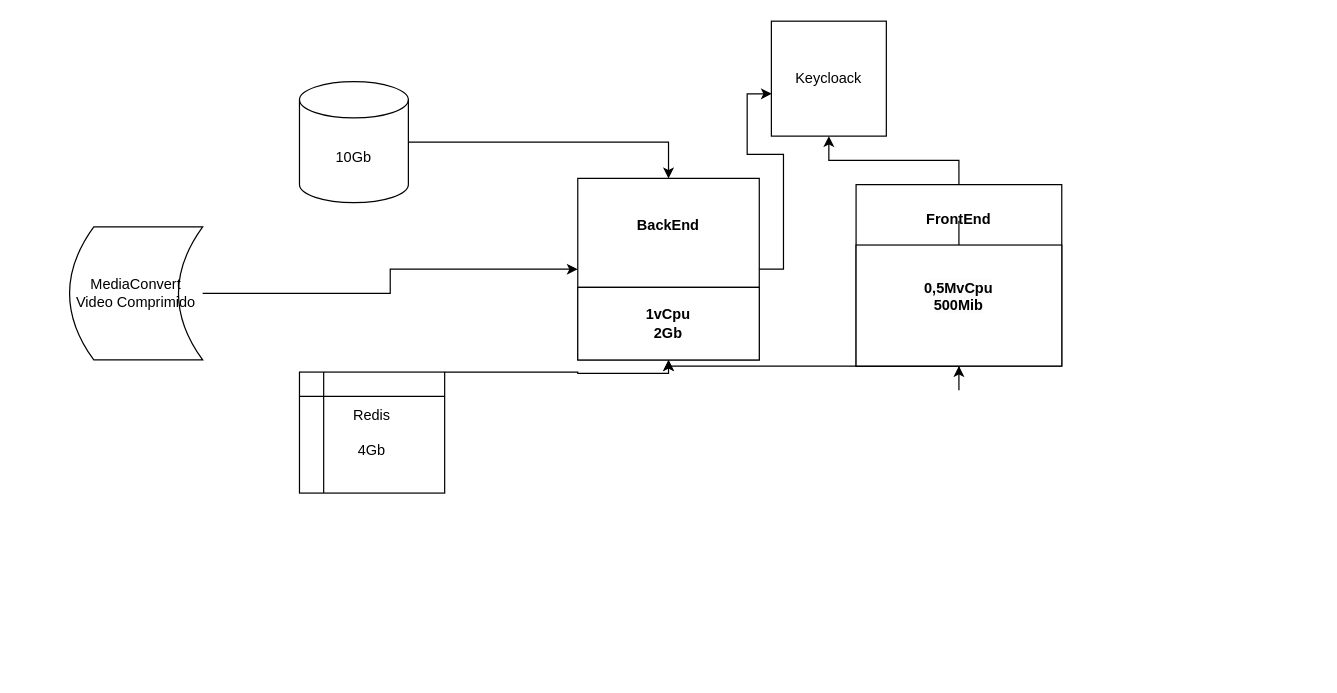
This is repo.drawio from marski10/Projects-Marksi, a draw.io file, before an edit. Source tidied: cells renumbered, new cells numbered last; positions are measured from the earlier drawing's top-left corner, leaving out a move shared by most shapes. Both pictures are drawn from the tidied source at 121%, with x=0, y=0 at pixel (69, 21).
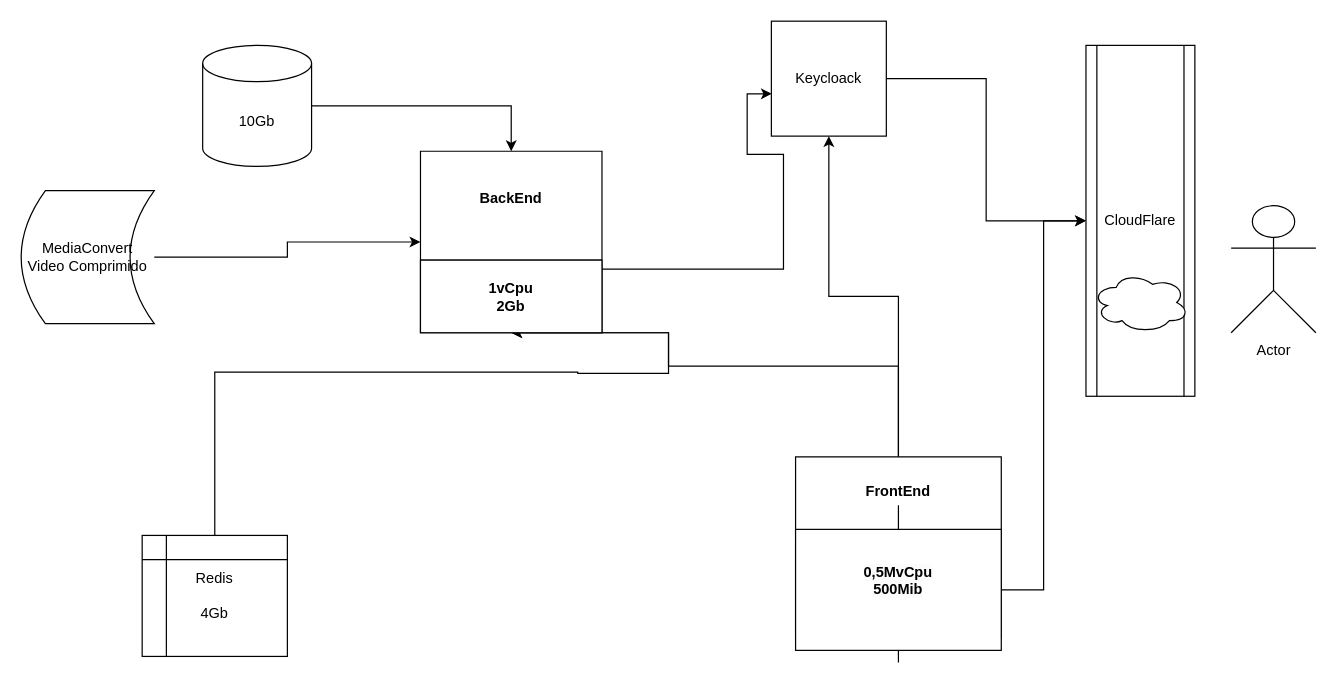
After the change.

The change refers to these unchanged cells:
```xml
<mxCell id="15" value="Keycloack" style="whiteSpace=wrap;html=1;" parent="1" vertex="1">
  <mxGeometry x="580" width="95" height="95" as="geometry" />
</mxCell>
```

The edit, as a diff of the source:
```diff
@@
     <mxCell id="3" value="MediaConvert&lt;br&gt;Video Comprimido" style="whiteSpace=wrap;html=1;shape=dataStorage;fixedSize=1;" parent="1" vertex="1">
-      <mxGeometry y="170" width="110" height="110" as="geometry" />
+      <mxGeometry x="-40" y="140" width="110" height="110" as="geometry" />
     </mxCell>
@@
     <mxCell id="5" value="10Gb" style="shape=cylinder3;whiteSpace=wrap;html=1;boundedLbl=1;backgroundOutline=1;size=15;" parent="1" vertex="1">
-      <mxGeometry x="190" y="50" width="90" height="100" as="geometry" />
+      <mxGeometry x="110" y="20" width="90" height="100" as="geometry" />
     </mxCell>
@@
     <mxCell id="8" value="Redis&lt;br&gt;&lt;br&gt;4Gb" style="shape=internalStorage;whiteSpace=wrap;html=1;backgroundOutline=1;" parent="1" vertex="1">
-      <mxGeometry x="190" y="290" width="120" height="100" as="geometry" />
+      <mxGeometry x="60" y="425" width="120" height="100" as="geometry" />
     </mxCell>
@@
     <mxCell id="10" value="FrontEnd&#10;" style="swimlane;startSize=70;" parent="1" vertex="1">
-      <mxGeometry x="650" y="135" width="170" height="150" as="geometry" />
+      <mxGeometry x="600" y="360" width="170" height="150" as="geometry" />
     </mxCell>
@@
     <mxCell id="12" value="&#10;&lt;span style=&quot;color: rgb(0, 0, 0); font-family: Helvetica; font-size: 12px; font-style: normal; font-variant-ligatures: normal; font-variant-caps: normal; font-weight: 700; letter-spacing: normal; orphans: 2; text-align: center; text-indent: 0px; text-transform: none; widows: 2; word-spacing: 0px; -webkit-text-stroke-width: 0px; white-space: nowrap; background-color: rgb(251, 251, 251); text-decoration-thickness: initial; text-decoration-style: initial; text-decoration-color: initial; display: inline !important; float: none;&quot;&gt;0,5MvCpu&lt;/span&gt;&lt;br style=&quot;forced-color-adjust: none; padding: 0px; margin: 0px; color: rgb(0, 0, 0); font-family: Helvetica; font-size: 12px; font-style: normal; font-variant-ligatures: normal; font-variant-caps: normal; font-weight: 700; letter-spacing: normal; orphans: 2; text-align: center; text-indent: 0px; text-transform: none; widows: 2; word-spacing: 0px; -webkit-text-stroke-width: 0px; white-space: nowrap; background-color: rgb(251, 251, 251); text-decoration-thickness: initial; text-decoration-style: initial; text-decoration-color: initial;&quot;&gt;&lt;span style=&quot;color: rgb(0, 0, 0); font-family: Helvetica; font-size: 12px; font-style: normal; font-variant-ligatures: normal; font-variant-caps: normal; font-weight: 700; letter-spacing: normal; orphans: 2; text-align: center; text-indent: 0px; text-transform: none; widows: 2; word-spacing: 0px; -webkit-text-stroke-width: 0px; white-space: nowrap; background-color: rgb(251, 251, 251); text-decoration-thickness: initial; text-decoration-style: initial; text-decoration-color: initial; display: inline !important; float: none;&quot;&gt;500Mib&lt;/span&gt;&#10;&#10;" style="whiteSpace=wrap;html=1;" parent="10" vertex="1">
-      <mxGeometry y="50" width="170" height="100" as="geometry" />
+      <mxGeometry y="60" width="170" height="100" as="geometry" />
     </mxCell>
     <mxCell id="13" value="BackEnd&#10;" style="swimlane;startSize=90;" parent="1" vertex="1">
-      <mxGeometry x="420" y="130" width="150" height="150" as="geometry" />
+      <mxGeometry x="290" y="107.5" width="150" height="150" as="geometry" />
     </mxCell>
@@
+    <mxCell id="17" style="edgeStyle=orthogonalEdgeStyle;rounded=0;jettySize=auto;html=1;" parent="1" edge="1" source="15" target="19">
+      <mxGeometry relative="1" as="geometry" />
+    </mxCell>
@@
     <mxCell id="16" style="edgeStyle=orthogonalEdgeStyle;rounded=0;jettySize=auto;html=1;entryX=0.004;entryY=0.632;entryDx=0;entryDy=0;entryPerimeter=0;" parent="1" edge="1" source="13" target="15">
-      <mxGeometry relative="1" as="geometry" />
+      <mxGeometry relative="1" as="geometry">
+        <Array as="points">
+          <mxPoint x="590" y="205" />
+          <mxPoint x="590" y="110" />
+          <mxPoint x="560" y="110" />
+          <mxPoint x="560" y="60" />
+        </Array>
+      </mxGeometry>
     </mxCell>
+    <mxCell id="18" value="Actor" style="shape=umlActor;verticalLabelPosition=bottom;verticalAlign=top;html=1;" parent="1" vertex="1">
+      <mxGeometry x="960" y="152.5" width="70" height="105" as="geometry" />
+    </mxCell>
+    <mxCell id="19" value="CloudFlare" style="shape=process;whiteSpace=wrap;html=1;backgroundOutline=1;" parent="1" vertex="1">
+      <mxGeometry x="840" y="20" width="90" height="290" as="geometry" />
+    </mxCell>
+    <mxCell id="20" style="edgeStyle=orthogonalEdgeStyle;rounded=0;jettySize=auto;html=1;entryX=0;entryY=0.5;entryDx=0;entryDy=0;" parent="1" edge="1" source="12" target="19">
+      <mxGeometry relative="1" as="geometry" />
+    </mxCell>
+    <mxCell id="21" style="ellipse;shape=cloud;whiteSpace=wrap;html=1;" parent="1" vertex="1">
+      <mxGeometry x="845" y="207.5" width="80" height="50" as="geometry" />
+    </mxCell>
```
